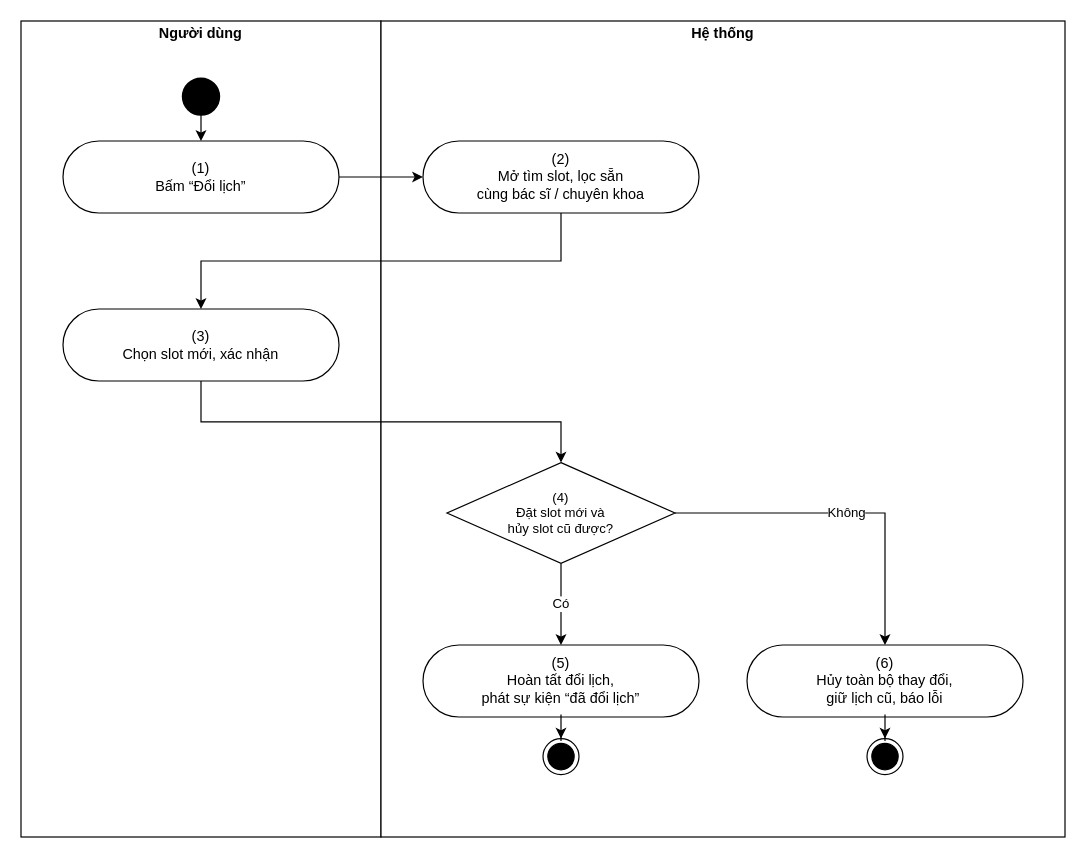
Above: page "UC 4 Reschedule an appointment" (4 of 9) of docs/02-requirements/srs/dist/diagrams/10-activity-scheduling.drawio in viethung12062005/smart-hospital-platform (draw.io), before the change. Source tidied: cells renumbered, new cells numbered last; positions are measured from the earlier drawing's top-left corner, leaving out a move shared by most shapes. Both pictures are drawn from the tidied source at 120%, with x=0, y=0 at pixel (20, 20).
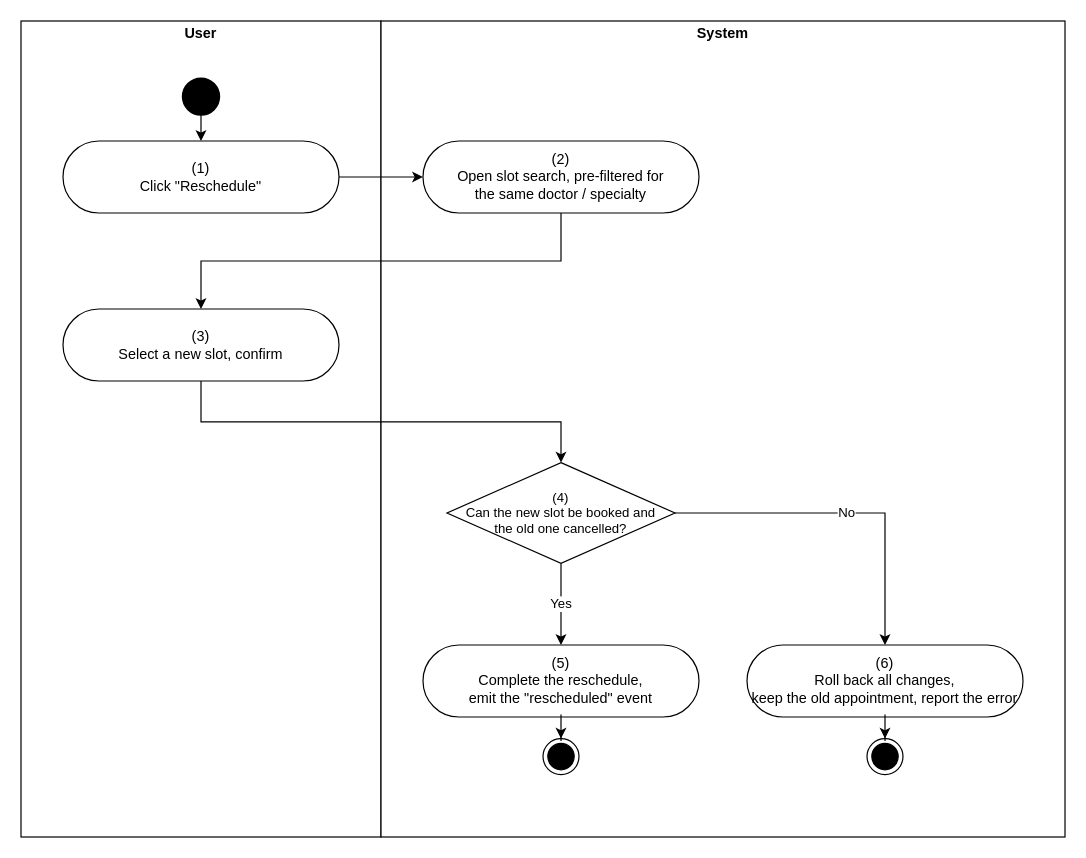
Above is the later version.

Change to the diagram source:
```diff
@@
-    <mxCell id="2" value="&lt;p style=&quot;margin:0px;margin-top:4px;text-align:center&quot;&gt;&lt;b&gt;Người dùng&lt;/b&gt;&lt;/p&gt;" style="verticalAlign=top;align=left;overflow=fill;fontSize=12;fontFamily=Helvetica;html=1;rounded=0;shadow=0;strokeColor=#000000;gradientColor=none;whiteSpace=wrap;" parent="1" vertex="1">
+    <mxCell id="2" value="&lt;p style=&quot;margin:0px;margin-top:4px;text-align:center&quot;&gt;&lt;b&gt;User&lt;/b&gt;&lt;/p&gt;" style="verticalAlign=top;align=left;overflow=fill;fontSize=12;fontFamily=Helvetica;html=1;rounded=0;shadow=0;strokeColor=#000000;gradientColor=none;whiteSpace=wrap;" parent="1" vertex="1">
       <mxGeometry width="300" height="680" as="geometry" />
     </mxCell>
-    <mxCell id="3" value="&lt;p style=&quot;margin:0px;margin-top:4px;text-align:center&quot;&gt;&lt;b&gt;Hệ thống&lt;/b&gt;&lt;/p&gt;" style="verticalAlign=top;align=left;overflow=fill;fontSize=12;fontFamily=Helvetica;html=1;rounded=0;shadow=0;strokeColor=#000000;gradientColor=none;whiteSpace=wrap;" parent="1" vertex="1">
+    <mxCell id="3" value="&lt;p style=&quot;margin:0px;margin-top:4px;text-align:center&quot;&gt;&lt;b&gt;System&lt;/b&gt;&lt;/p&gt;" style="verticalAlign=top;align=left;overflow=fill;fontSize=12;fontFamily=Helvetica;html=1;rounded=0;shadow=0;strokeColor=#000000;gradientColor=none;whiteSpace=wrap;" parent="1" vertex="1">
       <mxGeometry x="300" width="570" height="680" as="geometry" />
     </mxCell>
-    <mxCell id="4" value="(1)&lt;br&gt;Bấm “Đổi lịch”" style="html=1;dashed=0;whitespace=wrap;shape=mxgraph.dfd.start;rounded=0;shadow=0;strokeColor=#000000;gradientColor=none;whiteSpace=wrap;fontSize=12;" parent="1" vertex="1">
+    <mxCell id="4" value="(1)&lt;br&gt;Click &amp;quot;Reschedule&amp;quot;" style="html=1;dashed=0;whitespace=wrap;shape=mxgraph.dfd.start;rounded=0;shadow=0;strokeColor=#000000;gradientColor=none;whiteSpace=wrap;fontSize=12;" parent="1" vertex="1">
       <mxGeometry x="35" y="100" width="230" height="60" as="geometry" />
     </mxCell>
-    <mxCell id="5" value="(2)&lt;br&gt;Mở tìm slot, lọc sẵn&lt;br&gt;cùng bác sĩ / chuyên khoa" style="html=1;dashed=0;whitespace=wrap;shape=mxgraph.dfd.start;rounded=0;shadow=0;strokeColor=#000000;gradientColor=none;whiteSpace=wrap;fontSize=12;" parent="1" vertex="1">
+    <mxCell id="5" value="(2)&lt;br&gt;Open slot search, pre-filtered for&lt;br&gt;the same doctor / specialty" style="html=1;dashed=0;whitespace=wrap;shape=mxgraph.dfd.start;rounded=0;shadow=0;strokeColor=#000000;gradientColor=none;whiteSpace=wrap;fontSize=12;" parent="1" vertex="1">
       <mxGeometry x="335" y="100" width="230" height="60" as="geometry" />
     </mxCell>
-    <mxCell id="6" value="(3)&lt;br&gt;Chọn slot mới, xác nhận" style="html=1;dashed=0;whitespace=wrap;shape=mxgraph.dfd.start;rounded=0;shadow=0;strokeColor=#000000;gradientColor=none;whiteSpace=wrap;fontSize=12;" parent="1" vertex="1">
+    <mxCell id="6" value="(3)&lt;br&gt;Select a new slot, confirm" style="html=1;dashed=0;whitespace=wrap;shape=mxgraph.dfd.start;rounded=0;shadow=0;strokeColor=#000000;gradientColor=none;whiteSpace=wrap;fontSize=12;" parent="1" vertex="1">
       <mxGeometry x="35" y="240" width="230" height="60" as="geometry" />
     </mxCell>
-    <mxCell id="7" value="(4)&lt;br&gt;Đặt slot mới và&lt;br&gt;hủy slot cũ được?" style="rhombus;html=1;whiteSpace=wrap;strokeColor=#000000;fontSize=11;" parent="1" vertex="1">
+    <mxCell id="7" value="(4)&lt;br&gt;Can the new slot be booked and&lt;br&gt;the old one cancelled?" style="rhombus;html=1;whiteSpace=wrap;strokeColor=#000000;fontSize=11;" parent="1" vertex="1">
       <mxGeometry x="355" y="368" width="190" height="84" as="geometry" />
     </mxCell>
-    <mxCell id="8" value="(5)&lt;br&gt;Hoàn tất đổi lịch,&lt;br&gt;phát sự kiện “đã đổi lịch”" style="html=1;dashed=0;whitespace=wrap;shape=mxgraph.dfd.start;rounded=0;shadow=0;strokeColor=#000000;gradientColor=none;whiteSpace=wrap;fontSize=12;" parent="1" vertex="1">
+    <mxCell id="8" value="(5)&lt;br&gt;Complete the reschedule,&lt;br&gt;emit the &amp;quot;rescheduled&amp;quot; event" style="html=1;dashed=0;whitespace=wrap;shape=mxgraph.dfd.start;rounded=0;shadow=0;strokeColor=#000000;gradientColor=none;whiteSpace=wrap;fontSize=12;" parent="1" vertex="1">
       <mxGeometry x="335" y="520" width="230" height="60" as="geometry" />
     </mxCell>
-    <mxCell id="9" value="(6)&lt;br&gt;Hủy toàn bộ thay đổi,&lt;br&gt;giữ lịch cũ, báo lỗi" style="html=1;dashed=0;whitespace=wrap;shape=mxgraph.dfd.start;rounded=0;shadow=0;strokeColor=#000000;gradientColor=none;whiteSpace=wrap;fontSize=12;" parent="1" vertex="1">
+    <mxCell id="9" value="(6)&lt;br&gt;Roll back all changes,&lt;br&gt;keep the old appointment, report the error" style="html=1;dashed=0;whitespace=wrap;shape=mxgraph.dfd.start;rounded=0;shadow=0;strokeColor=#000000;gradientColor=none;whiteSpace=wrap;fontSize=12;" parent="1" vertex="1">
       <mxGeometry x="605" y="520" width="230" height="60" as="geometry" />
     </mxCell>
@@
-    <mxCell id="15" value="Có" style="edgeStyle=orthogonalEdgeStyle;rounded=0;jettySize=auto;html=1;exitX=0.5;exitY=1;exitDx=0;exitDy=0;entryX=0.5;entryY=0;entryDx=0;entryDy=0;" parent="1" edge="1" source="7" target="8">
+    <mxCell id="15" value="Yes" style="edgeStyle=orthogonalEdgeStyle;rounded=0;jettySize=auto;html=1;exitX=0.5;exitY=1;exitDx=0;exitDy=0;entryX=0.5;entryY=0;entryDx=0;entryDy=0;" parent="1" edge="1" source="7" target="8">
       <mxGeometry relative="1" as="geometry" />
     </mxCell>
-    <mxCell id="16" value="Không" style="edgeStyle=orthogonalEdgeStyle;rounded=0;jettySize=auto;html=1;exitX=1;exitY=0.5;exitDx=0;exitDy=0;entryX=0.5;entryY=0;entryDx=0;entryDy=0;" parent="1" edge="1" source="7" target="9">
+    <mxCell id="16" value="No" style="edgeStyle=orthogonalEdgeStyle;rounded=0;jettySize=auto;html=1;exitX=1;exitY=0.5;exitDx=0;exitDy=0;entryX=0.5;entryY=0;entryDx=0;entryDy=0;" parent="1" edge="1" source="7" target="9">
       <mxGeometry relative="1" as="geometry" />
     </mxCell>
```
